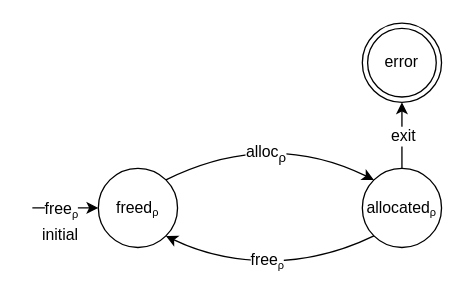
Earlier version of the draw.io diagram algorithm/figures/memory-leak.drawio (andersfischernielsen/Finding-Resource-Manipulation-Bugs-with-Monitor-Automata-on-the-Example-of-the-Linux-Kernel). Source tidied: cells renumbered, new cells numbered last; positions are measured from the earlier drawing's top-left corner, leaving out a move shared by most shapes. Both pictures are drawn from the tidied source at 132%, with x=0, y=0 at pixel (32, 22).
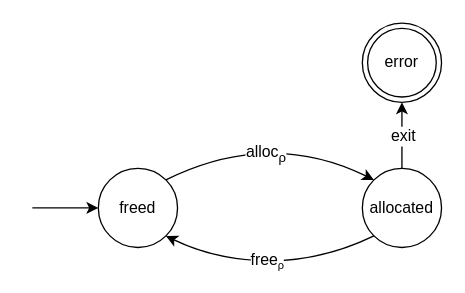
Above is the later version.

The edit, as a diff of the source:
```diff
@@
 <mxGraphModel>
   <root>
     <mxCell id="0" />
     <mxCell id="1" parent="0" />
-    <mxCell id="2" value="freed&lt;span style=&quot;font-size: 10px&quot;&gt;&lt;sub&gt;ρ&lt;/sub&gt;&lt;/span&gt;" style="ellipse;whiteSpace=wrap;html=1;" parent="1" vertex="1">
+    <mxCell id="2" value="freed" style="ellipse;whiteSpace=wrap;html=1;" parent="1" vertex="1">
       <mxGeometry x="50" y="110" width="60" height="60" as="geometry" />
     </mxCell>
     <mxCell id="3" style="endArrow=classic;html=1;entryX=0;entryY=0.5;entryDx=0;entryDy=0;" parent="1" edge="1" target="2">
       <mxGeometry relative="1" as="geometry">
         <mxPoint y="140" as="sourcePoint" />
       </mxGeometry>
     </mxCell>
-    <mxCell id="4" value="free&lt;span style=&quot;font-size: 10px&quot;&gt;&lt;sub&gt;ρ&lt;/sub&gt;&lt;/span&gt;" style="text;html=1;align=center;verticalAlign=middle;labelBackgroundColor=#ffffff;" parent="3" vertex="1">
-      <mxGeometry x="-0.18" relative="1" as="geometry" />
-    </mxCell>
-    <mxCell id="5" value="initial" style="text;html=1;align=center;verticalAlign=middle;labelBackgroundColor=#ffffff;" parent="3" vertex="1">
-      <mxGeometry x="0.58" y="1" relative="1" as="geometry">
-        <mxPoint x="-19.5" y="21" as="offset" />
-      </mxGeometry>
-    </mxCell>
     <mxCell id="6" style="endArrow=classic;html=1;exitX=0.5;exitY=0;exitDx=0;exitDy=0;" parent="1" edge="1" source="8">
       <mxGeometry relative="1" as="geometry">
         <mxPoint x="280" y="60" as="targetPoint" />
       </mxGeometry>
     </mxCell>
     <mxCell id="7" value="exit" style="text;html=1;align=center;verticalAlign=middle;labelBackgroundColor=#ffffff;" parent="6" vertex="1">
       <mxGeometry x="0.48" y="-2" relative="1" as="geometry">
         <mxPoint x="-2" y="12" as="offset" />
       </mxGeometry>
     </mxCell>
-    <mxCell id="8" value="allocated&lt;span style=&quot;font-size: 10px&quot;&gt;&lt;sub&gt;ρ&lt;/sub&gt;&lt;/span&gt;" style="ellipse;whiteSpace=wrap;html=1;" parent="1" vertex="1">
+    <mxCell id="8" value="allocated" style="ellipse;whiteSpace=wrap;html=1;" parent="1" vertex="1">
       <mxGeometry x="250" y="110" width="60" height="60" as="geometry" />
     </mxCell>
     <mxCell id="9" style="curved=1;endArrow=classic;html=1;exitX=1;exitY=0;exitDx=0;exitDy=0;entryX=0;entryY=0;entryDx=0;entryDy=0;" parent="1" edge="1" source="2" target="8">
       <mxGeometry relative="1" as="geometry">
         <Array as="points">
           <mxPoint x="180" y="80" />
         </Array>
       </mxGeometry>
     </mxCell>
     <mxCell id="10" value="&lt;div&gt;alloc&lt;sub&gt;ρ&lt;/sub&gt;&lt;/div&gt;" style="text;html=1;align=center;verticalAlign=middle;labelBackgroundColor=#ffffff;" parent="9" vertex="1">
       <mxGeometry x="-0.14" y="-15" relative="1" as="geometry" />
     </mxCell>
     <mxCell id="11" style="curved=1;endArrow=classic;html=1;entryX=1;entryY=1;entryDx=0;entryDy=0;exitX=0;exitY=1;exitDx=0;exitDy=0;" parent="1" edge="1" source="8" target="2">
       <mxGeometry relative="1" as="geometry">
         <Array as="points">
           <mxPoint x="220" y="180" />
           <mxPoint x="140" y="180" />
         </Array>
       </mxGeometry>
     </mxCell>
     <mxCell id="12" value="free&lt;span style=&quot;font-size: 10px&quot;&gt;&lt;sub&gt;ρ&lt;/sub&gt;&lt;/span&gt;" style="text;html=1;align=center;verticalAlign=middle;labelBackgroundColor=#ffffff;" parent="11" vertex="1">
       <mxGeometry x="0.04" y="-1" relative="1" as="geometry" />
     </mxCell>
     <mxCell id="13" value="error" style="ellipse;shape=doubleEllipse;whiteSpace=wrap;html=1;" parent="1" vertex="1">
       <mxGeometry x="250" width="60" height="60" as="geometry" />
     </mxCell>
   </root>
 </mxGraphModel>
```
